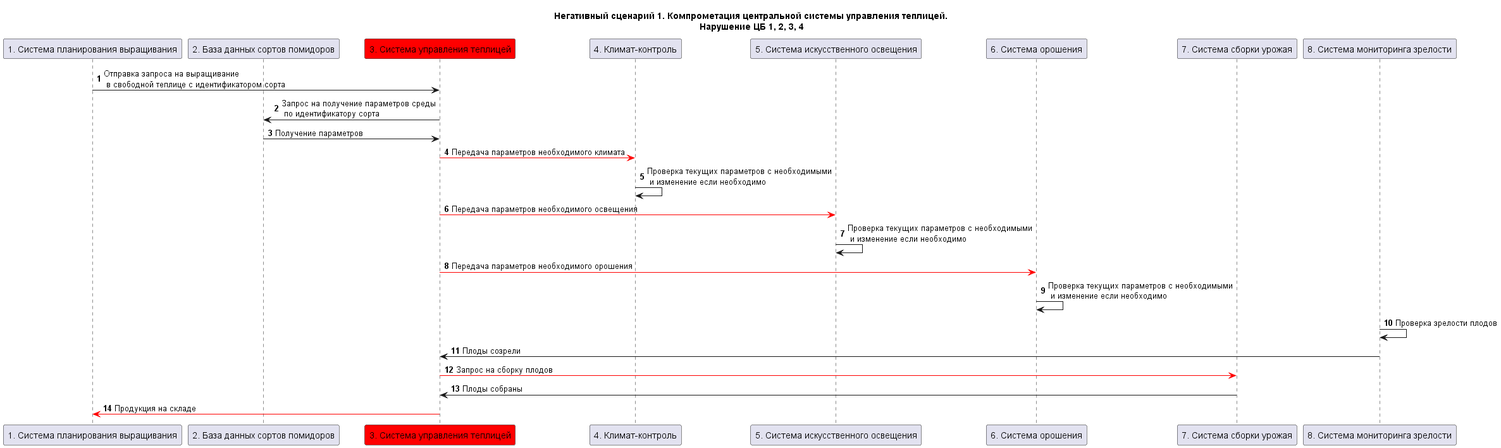
The PlantUML diagram KP/docs/img/ns/NS-1.png in LibSyfer/CyberImmunity, before a commit.
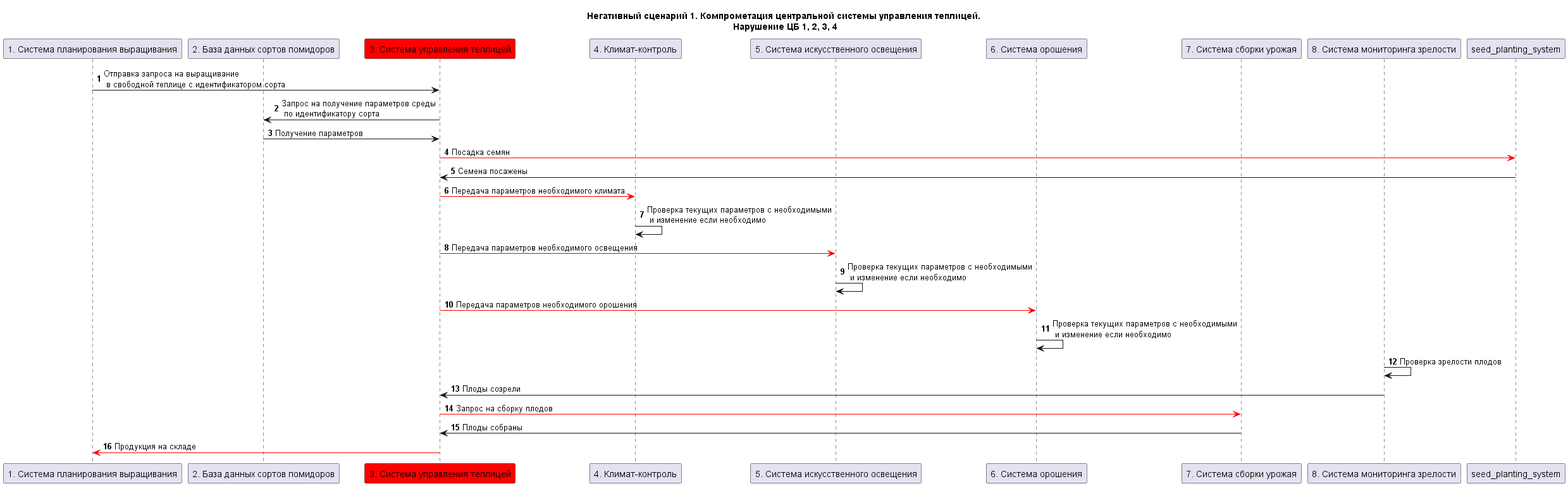
Later version of the same file.

What changed in the source:
```diff
@@ -18,6 +18,9 @@
 greenhouse_manager_system -> tomato_db: Запрос на получение параметров среды\n по идентификатору сорта
 tomato_db -> greenhouse_manager_system: Получение параметров
 
+greenhouse_manager_system -[#red]> seed_planting_system: Посадка семян
+seed_planting_system -> greenhouse_manager_system: Семена посажены
+
 greenhouse_manager_system -[#red]> climate_control: Передача параметров необходимого климата
 climate_control -> climate_control: Проверка текущих параметров с необходимыми\n и изменение если необходимо
 
```
